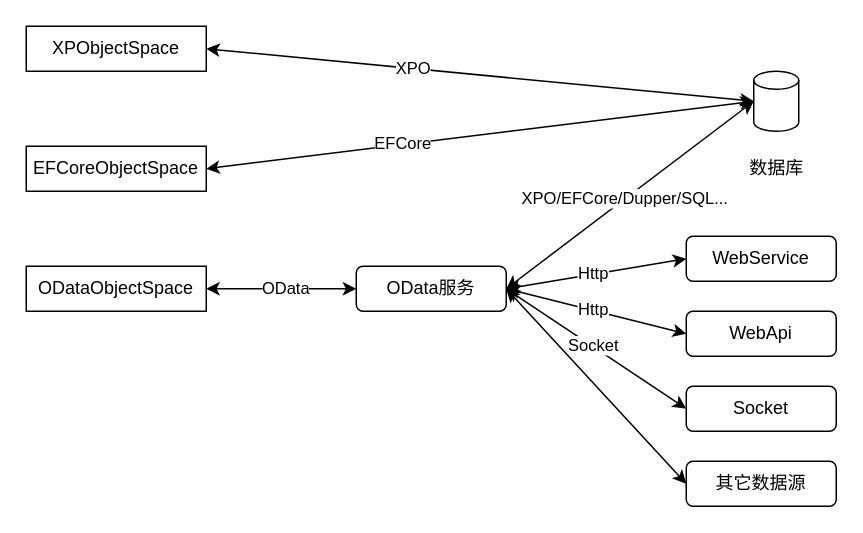
This is 未命名绘图.drawio from haoxj0823/drawio2, a draw.io file, before an edit. Source tidied: cells renumbered, new cells numbered last; positions are measured from the earlier drawing's top-left corner, leaving out a move shared by most shapes. Both pictures are drawn from the tidied source at 150%, with x=0, y=0 at pixel (26, 26).
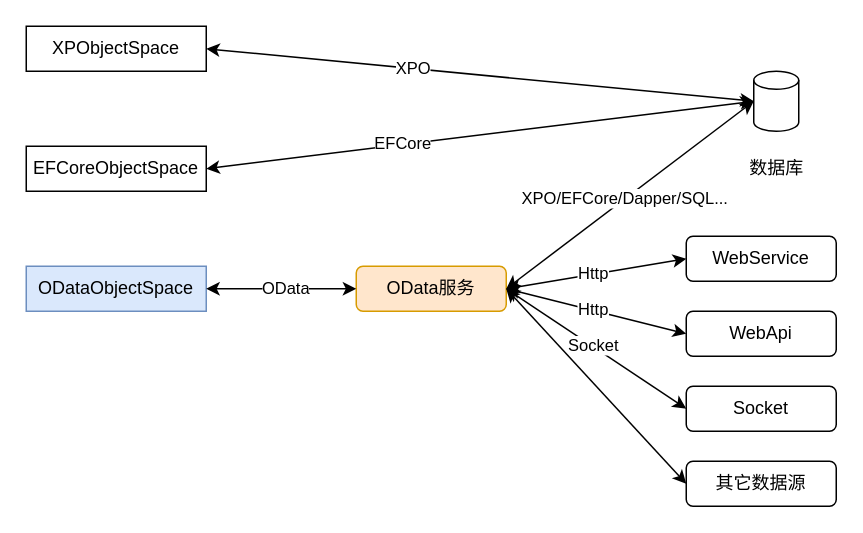
The same page after the edit.

Commit message (it also covers changes not shown here):
更新未命名绘图.drawio

Unchanged cells that the change refers to:
```xml
<mxCell id="12" style="endArrow=classic;startArrow=classic;html=1;rounded=0;exitX=1;exitY=0.5;exitDx=0;exitDy=0;entryX=0;entryY=0.5;entryDx=0;entryDy=0;entryPerimeter=0;" parent="1" edge="1" source="7" target="5">
  <mxGeometry relative="1" as="geometry" />
</mxCell>
```

Diff of the diagram source:
```diff
@@
-    <mxCell id="4" value="ODataObjectSpace" style="rounded=0;whiteSpace=wrap;html=1;" parent="1" vertex="1">
+    <mxCell id="4" value="ODataObjectSpace" style="rounded=0;whiteSpace=wrap;html=1;fillColor=#dae8fc;strokeColor=#6c8ebf;" parent="1" vertex="1">
       <mxGeometry y="160" width="120" height="30" as="geometry" />
     </mxCell>
@@
-    <mxCell id="7" value="OData服务" style="rounded=1;whiteSpace=wrap;html=1;" parent="1" vertex="1">
+    <mxCell id="7" value="OData服务" style="rounded=1;whiteSpace=wrap;html=1;fillColor=#ffe6cc;strokeColor=#d79b00;" parent="1" vertex="1">
       <mxGeometry x="220" y="160" width="100" height="30" as="geometry" />
     </mxCell>
@@
-    <mxCell id="13" value="XPO/EFCore/Dupper/SQL..." style="edgeLabel;html=1;align=center;verticalAlign=middle;" parent="12" vertex="1">
+    <mxCell id="13" value="XPO/EFCore/Dapper/SQL..." style="edgeLabel;html=1;align=center;verticalAlign=middle;" parent="12" vertex="1">
       <mxGeometry x="-0.04" y="1" relative="1" as="geometry" />
     </mxCell>
```
